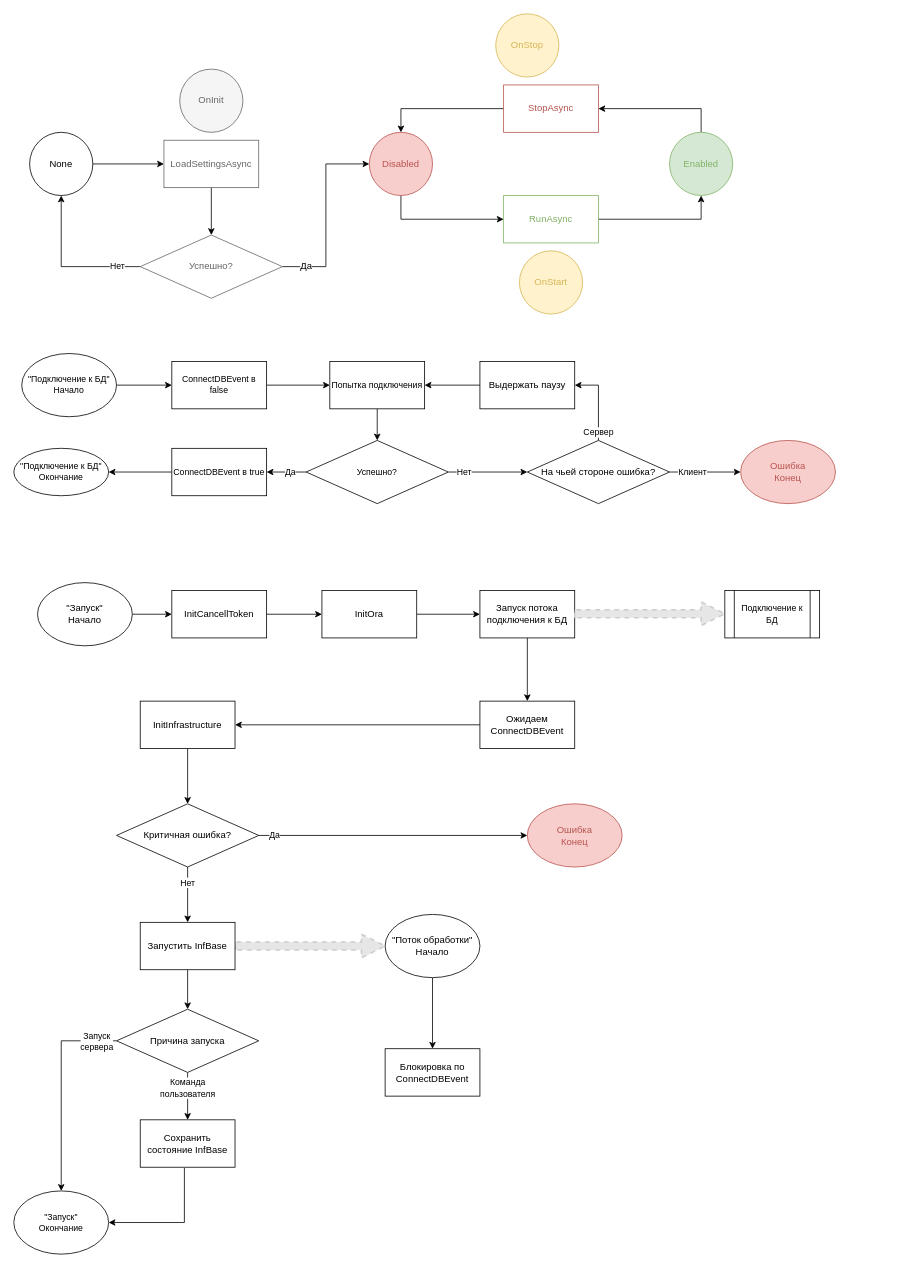
Before: Запуск InfBase.drawio in tkadm/-, a draw.io diagram. Source tidied: cells renumbered, new cells numbered last; positions are measured from the earlier drawing's top-left corner, leaving out a move shared by most shapes. Both pictures are drawn from the tidied source at 79%, with x=0, y=0 at pixel (13, 13).
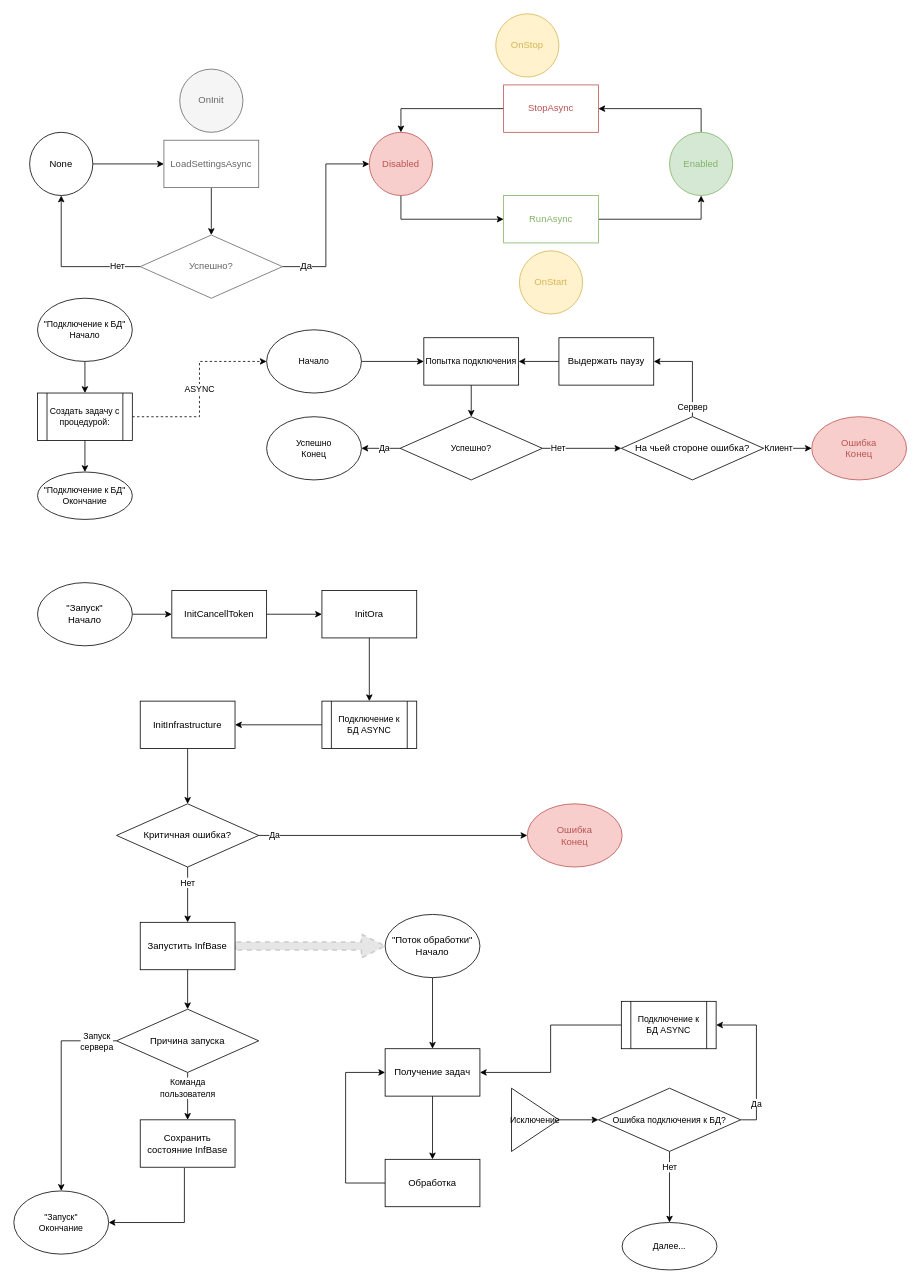
Above is the later version.

The change refers to these unchanged cells:
```xml
<mxCell id="24" value="InitOra" style="whiteSpace=wrap;html=1;" parent="1" vertex="1">
  <mxGeometry x="390" y="730" width="120" height="60" as="geometry" />
</mxCell>
<mxCell id="32" value="InitInfrastructure" style="whiteSpace=wrap;html=1;" parent="1" vertex="1">
  <mxGeometry x="160" y="870" width="120" height="60" as="geometry" />
</mxCell>
```

Diff of the diagram source:
```diff
@@
-    <mxCell id="23" style="edgeStyle=orthogonalEdgeStyle;shape=connector;rounded=0;jettySize=auto;html=1;labelBackgroundColor=default;strokeColor=default;fontFamily=Helvetica;fontSize=11;fontColor=#000000;endArrow=classic;" parent="1" edge="1" source="24" target="64">
-      <mxGeometry relative="1" as="geometry" />
-    </mxCell>
@@
     <mxCell id="26" value="Выдержать паузу" style="whiteSpace=wrap;html=1;" parent="1" vertex="1">
-      <mxGeometry x="590" y="440" width="120" height="60" as="geometry" />
+      <mxGeometry x="690" y="410" width="120" height="60" as="geometry" />
     </mxCell>
@@
     <mxCell id="29" value="На чьей стороне ошибка?" style="rhombus;whiteSpace=wrap;html=1;" parent="1" vertex="1">
-      <mxGeometry x="650" y="540" width="180" height="80" as="geometry" />
+      <mxGeometry x="769" y="510" width="180" height="80" as="geometry" />
     </mxCell>
@@
-    <mxCell id="48" style="edgeStyle=orthogonalEdgeStyle;shape=connector;rounded=0;jettySize=auto;html=1;labelBackgroundColor=default;strokeColor=default;fontFamily=Helvetica;fontSize=11;fontColor=#000000;endArrow=classic;" parent="1" edge="1" source="49" target="51">
+    <mxCell id="48" style="edgeStyle=orthogonalEdgeStyle;shape=connector;rounded=0;jettySize=auto;html=1;labelBackgroundColor=default;strokeColor=default;fontFamily=Helvetica;fontSize=11;fontColor=#000000;endArrow=classic;entryX=0.5;entryY=0;entryDx=0;entryDy=0;" parent="1" edge="1" source="49" target="71">
       <mxGeometry relative="1" as="geometry" />
     </mxCell>
     <mxCell id="49" value="&quot;Подключение к БД&quot;&lt;br&gt;Начало" style="ellipse;whiteSpace=wrap;html=1;fontFamily=Helvetica;fontSize=11;fontColor=#000000;" parent="1" vertex="1">
-      <mxGeometry x="10" y="430" width="120" height="80" as="geometry" />
+      <mxGeometry x="30" y="360" width="120" height="80" as="geometry" />
     </mxCell>
-    <mxCell id="50" style="edgeStyle=orthogonalEdgeStyle;shape=connector;rounded=0;jettySize=auto;html=1;labelBackgroundColor=default;strokeColor=default;fontFamily=Helvetica;fontSize=11;fontColor=#000000;endArrow=classic;" parent="1" edge="1" source="51" target="56">
-      <mxGeometry relative="1" as="geometry" />
-    </mxCell>
-    <mxCell id="51" value="ConnectDBEvent в false" style="whiteSpace=wrap;html=1;fontSize=11;fontColor=#000000;" parent="1" vertex="1">
-      <mxGeometry x="200" y="440" width="120" height="60" as="geometry" />
-    </mxCell>
+    <mxCell id="69" style="edgeStyle=orthogonalEdgeStyle;shape=connector;rounded=0;jettySize=auto;html=1;labelBackgroundColor=default;strokeColor=default;fontFamily=Helvetica;fontSize=11;fontColor=#000000;endArrow=classic;" parent="1" edge="1" source="52" target="76">
+      <mxGeometry relative="1" as="geometry" />
+    </mxCell>
-    <mxCell id="52" value="Блокировка по ConnectDBEvent" style="whiteSpace=wrap;html=1;fontColor=#000000;" parent="1" vertex="1">
+    <mxCell id="52" value="Получение задач" style="whiteSpace=wrap;html=1;fontColor=#000000;" parent="1" vertex="1">
       <mxGeometry x="470" y="1310" width="120" height="60" as="geometry" />
     </mxCell>
@@
     <mxCell id="54" value="Ошибка&lt;br&gt;Конец" style="ellipse;whiteSpace=wrap;html=1;fillColor=#f8cecc;strokeColor=#b85450;fontColor=#B85450;" parent="1" vertex="1">
-      <mxGeometry x="920" y="540" width="120" height="80" as="geometry" />
+      <mxGeometry x="1010" y="510" width="120" height="80" as="geometry" />
     </mxCell>
@@
     <mxCell id="56" value="Попытка подключения" style="whiteSpace=wrap;html=1;fontSize=11;fontColor=#000000;" parent="1" vertex="1">
-      <mxGeometry x="400" y="440" width="120" height="60" as="geometry" />
+      <mxGeometry x="519" y="410" width="120" height="60" as="geometry" />
     </mxCell>
-    <mxCell id="57" value="Да" style="edgeStyle=orthogonalEdgeStyle;shape=connector;rounded=0;jettySize=auto;html=1;labelBackgroundColor=default;strokeColor=default;fontFamily=Helvetica;fontSize=11;fontColor=#000000;endArrow=classic;" parent="1" edge="1" source="59" target="61">
+    <mxCell id="57" value="Да" style="edgeStyle=orthogonalEdgeStyle;shape=connector;rounded=0;jettySize=auto;html=1;labelBackgroundColor=default;strokeColor=default;fontFamily=Helvetica;fontSize=11;fontColor=#000000;endArrow=classic;exitX=0;exitY=0.5;exitDx=0;exitDy=0;entryX=1;entryY=0.5;entryDx=0;entryDy=0;" parent="1" edge="1" source="59" target="72">
       <mxGeometry x="-0.2" relative="1" as="geometry" />
     </mxCell>
@@
     <mxCell id="59" value="Успешно?" style="rhombus;whiteSpace=wrap;html=1;fontSize=11;fontColor=#000000;" parent="1" vertex="1">
-      <mxGeometry x="370" y="540" width="180" height="80" as="geometry" />
+      <mxGeometry x="489" y="510" width="180" height="80" as="geometry" />
     </mxCell>
-    <mxCell id="60" style="edgeStyle=orthogonalEdgeStyle;shape=connector;rounded=0;jettySize=auto;html=1;labelBackgroundColor=default;strokeColor=default;fontFamily=Helvetica;fontSize=11;fontColor=#000000;endArrow=classic;" parent="1" edge="1" source="61" target="62">
+    <mxCell id="60" style="edgeStyle=orthogonalEdgeStyle;shape=connector;rounded=0;jettySize=auto;html=1;labelBackgroundColor=default;strokeColor=default;fontFamily=Helvetica;fontSize=11;fontColor=#000000;endArrow=classic;exitX=0.5;exitY=1;exitDx=0;exitDy=0;" parent="1" edge="1" source="71" target="62">
       <mxGeometry relative="1" as="geometry" />
     </mxCell>
-    <mxCell id="61" value="ConnectDBEvent в true" style="whiteSpace=wrap;html=1;fontSize=11;fontColor=#000000;" parent="1" vertex="1">
-      <mxGeometry x="200" y="550" width="120" height="60" as="geometry" />
-    </mxCell>
     <mxCell id="62" value="&quot;Подключение к БД&quot;&lt;br&gt;Окончание" style="ellipse;whiteSpace=wrap;html=1;fontSize=11;fontColor=#000000;" parent="1" vertex="1">
-      <mxGeometry y="550" width="120" height="60" as="geometry" />
+      <mxGeometry x="30" y="580" width="120" height="60" as="geometry" />
     </mxCell>
-    <mxCell id="63" style="edgeStyle=orthogonalEdgeStyle;shape=connector;rounded=0;jettySize=auto;html=1;labelBackgroundColor=default;strokeColor=default;fontFamily=Helvetica;fontSize=11;fontColor=#000000;endArrow=classic;" parent="1" edge="1" source="64" target="66">
+    <mxCell id="63" style="edgeStyle=orthogonalEdgeStyle;shape=connector;rounded=0;jettySize=auto;html=1;labelBackgroundColor=default;strokeColor=default;fontFamily=Helvetica;fontSize=11;fontColor=#000000;endArrow=classic;entryX=0.5;entryY=0;entryDx=0;entryDy=0;exitX=0.5;exitY=1;exitDx=0;exitDy=0;" parent="1" edge="1" source="24" target="68">
       <mxGeometry relative="1" as="geometry" />
     </mxCell>
-    <mxCell id="64" value="Запуск потока подключения к БД" style="whiteSpace=wrap;html=1;" parent="1" vertex="1">
-      <mxGeometry x="590" y="730" width="120" height="60" as="geometry" />
-    </mxCell>
-    <mxCell id="65" style="edgeStyle=orthogonalEdgeStyle;shape=connector;rounded=0;jettySize=auto;html=1;labelBackgroundColor=default;strokeColor=default;fontFamily=Helvetica;fontSize=11;fontColor=#000000;endArrow=classic;entryX=1;entryY=0.5;entryDx=0;entryDy=0;" parent="1" edge="1" source="66" target="32">
+    <mxCell id="65" style="edgeStyle=orthogonalEdgeStyle;shape=connector;rounded=0;jettySize=auto;html=1;labelBackgroundColor=default;strokeColor=default;fontFamily=Helvetica;fontSize=11;fontColor=#000000;endArrow=classic;entryX=1;entryY=0.5;entryDx=0;entryDy=0;exitX=0;exitY=0.5;exitDx=0;exitDy=0;" parent="1" edge="1" source="68" target="32">
       <mxGeometry relative="1" as="geometry" />
     </mxCell>
-    <mxCell id="66" value="Ожидаем ConnectDBEvent" style="whiteSpace=wrap;html=1;" parent="1" vertex="1">
-      <mxGeometry x="590" y="870" width="120" height="60" as="geometry" />
-    </mxCell>
-    <mxCell id="67" style="edgeStyle=orthogonalEdgeStyle;rounded=0;orthogonalLoop=1;jettySize=auto;html=1;fontColor=#000000;entryX=0;entryY=0.5;entryDx=0;entryDy=0;strokeWidth=2;shape=arrow;strokeColor=#CCCCCC;fillColor=#E6E6E6;fillStyle=solid;gradientColor=none;dashed=1;" parent="1" edge="1">
-      <mxGeometry relative="1" as="geometry">
-        <mxPoint x="710" y="759.4" as="sourcePoint" />
-        <mxPoint x="900" y="759.4" as="targetPoint" />
-      </mxGeometry>
-    </mxCell>
-    <mxCell id="68" value="Подключение к БД" style="shape=process;whiteSpace=wrap;html=1;backgroundOutline=1;fontFamily=Helvetica;fontSize=11;fontColor=#000000;" parent="1" vertex="1">
-      <mxGeometry x="900" y="730" width="120" height="60" as="geometry" />
+    <mxCell id="68" value="Подключение к БД ASYNC" style="shape=process;whiteSpace=wrap;html=1;backgroundOutline=1;fontFamily=Helvetica;fontSize=11;fontColor=#000000;" parent="1" vertex="1">
+      <mxGeometry x="390" y="870" width="120" height="60" as="geometry" />
     </mxCell>
+    <mxCell id="70" value="ASYNC" style="edgeStyle=orthogonalEdgeStyle;shape=connector;rounded=0;jettySize=auto;html=1;labelBackgroundColor=default;strokeColor=default;fontFamily=Helvetica;fontSize=11;fontColor=#000000;endArrow=classic;entryX=0;entryY=0.5;entryDx=0;entryDy=0;dashed=1;" parent="1" edge="1" source="71" target="74">
+      <mxGeometry relative="1" as="geometry" />
+    </mxCell>
+    <mxCell id="71" value="Создать задачу с процедурой:" style="shape=process;whiteSpace=wrap;html=1;backgroundOutline=1;fontFamily=Helvetica;fontSize=11;fontColor=#000000;" parent="1" vertex="1">
+      <mxGeometry x="30" y="480" width="120" height="60" as="geometry" />
+    </mxCell>
+    <mxCell id="72" value="Успешно&lt;br&gt;Конец" style="ellipse;whiteSpace=wrap;html=1;fontFamily=Helvetica;fontSize=11;fontColor=#000000;" parent="1" vertex="1">
+      <mxGeometry x="320" y="510" width="120" height="80" as="geometry" />
+    </mxCell>
+    <mxCell id="73" style="edgeStyle=orthogonalEdgeStyle;shape=connector;rounded=0;jettySize=auto;html=1;labelBackgroundColor=default;strokeColor=default;fontFamily=Helvetica;fontSize=11;fontColor=#000000;endArrow=classic;entryX=0;entryY=0.5;entryDx=0;entryDy=0;" parent="1" edge="1" source="74" target="56">
+      <mxGeometry relative="1" as="geometry" />
+    </mxCell>
+    <mxCell id="74" value="Начало" style="ellipse;whiteSpace=wrap;html=1;fontFamily=Helvetica;fontSize=11;fontColor=#000000;" parent="1" vertex="1">
+      <mxGeometry x="320" y="400" width="120" height="80" as="geometry" />
+    </mxCell>
+    <mxCell id="75" style="edgeStyle=orthogonalEdgeStyle;shape=connector;rounded=0;jettySize=auto;html=1;labelBackgroundColor=default;strokeColor=default;fontFamily=Helvetica;fontSize=11;fontColor=#000000;endArrow=classic;entryX=0;entryY=0.5;entryDx=0;entryDy=0;exitX=0;exitY=0.5;exitDx=0;exitDy=0;" parent="1" edge="1" source="76" target="52">
+      <mxGeometry relative="1" as="geometry">
+        <Array as="points">
+          <mxPoint x="420" y="1480" />
+          <mxPoint x="420" y="1340" />
+        </Array>
+      </mxGeometry>
+    </mxCell>
+    <mxCell id="76" value="Обработка" style="whiteSpace=wrap;html=1;fontColor=#000000;" parent="1" vertex="1">
+      <mxGeometry x="470" y="1450" width="120" height="60" as="geometry" />
+    </mxCell>
+    <mxCell id="77" style="edgeStyle=orthogonalEdgeStyle;shape=connector;rounded=0;jettySize=auto;html=1;labelBackgroundColor=default;strokeColor=default;fontFamily=Helvetica;fontSize=11;fontColor=#000000;endArrow=classic;" parent="1" edge="1" source="78" target="81">
+      <mxGeometry relative="1" as="geometry" />
+    </mxCell>
+    <mxCell id="78" value="Исключение" style="triangle;whiteSpace=wrap;html=1;fontFamily=Helvetica;fontSize=11;fontColor=#000000;" parent="1" vertex="1">
+      <mxGeometry x="630" y="1360" width="60" height="80" as="geometry" />
+    </mxCell>
+    <mxCell id="79" value="Да" style="edgeStyle=orthogonalEdgeStyle;shape=connector;rounded=0;jettySize=auto;html=1;labelBackgroundColor=default;strokeColor=default;fontFamily=Helvetica;fontSize=11;fontColor=#000000;endArrow=classic;entryX=1;entryY=0.5;entryDx=0;entryDy=0;exitX=1;exitY=0.5;exitDx=0;exitDy=0;" parent="1" edge="1" source="81" target="83">
+      <mxGeometry x="-0.58" relative="1" as="geometry" />
+    </mxCell>
+    <mxCell id="80" value="Нет" style="edgeStyle=orthogonalEdgeStyle;shape=connector;rounded=0;jettySize=auto;html=1;labelBackgroundColor=default;strokeColor=default;fontFamily=Helvetica;fontSize=11;fontColor=#000000;endArrow=classic;" parent="1" edge="1" source="81" target="84">
+      <mxGeometry x="-0.56" relative="1" as="geometry">
+        <Array as="points">
+          <mxPoint x="830" y="1450" />
+          <mxPoint x="830" y="1450" />
+        </Array>
+      </mxGeometry>
+    </mxCell>
+    <mxCell id="81" value="Ошибка подключения к БД?" style="rhombus;whiteSpace=wrap;html=1;fontSize=11;fontColor=#000000;" parent="1" vertex="1">
+      <mxGeometry x="740" y="1360" width="180" height="80" as="geometry" />
+    </mxCell>
+    <mxCell id="82" style="edgeStyle=orthogonalEdgeStyle;shape=connector;rounded=0;jettySize=auto;html=1;labelBackgroundColor=default;strokeColor=default;fontFamily=Helvetica;fontSize=11;fontColor=#000000;endArrow=classic;entryX=1;entryY=0.5;entryDx=0;entryDy=0;" parent="1" edge="1" source="83" target="52">
+      <mxGeometry relative="1" as="geometry" />
+    </mxCell>
+    <mxCell id="83" value="Подключение к БД ASYNC" style="shape=process;whiteSpace=wrap;html=1;backgroundOutline=1;fontFamily=Helvetica;fontSize=11;fontColor=#000000;" parent="1" vertex="1">
+      <mxGeometry x="769" y="1250" width="120" height="60" as="geometry" />
+    </mxCell>
+    <mxCell id="84" value="Далее..." style="ellipse;whiteSpace=wrap;html=1;fontSize=11;fontColor=#000000;" parent="1" vertex="1">
+      <mxGeometry x="770" y="1530" width="120" height="60" as="geometry" />
+    </mxCell>
```
